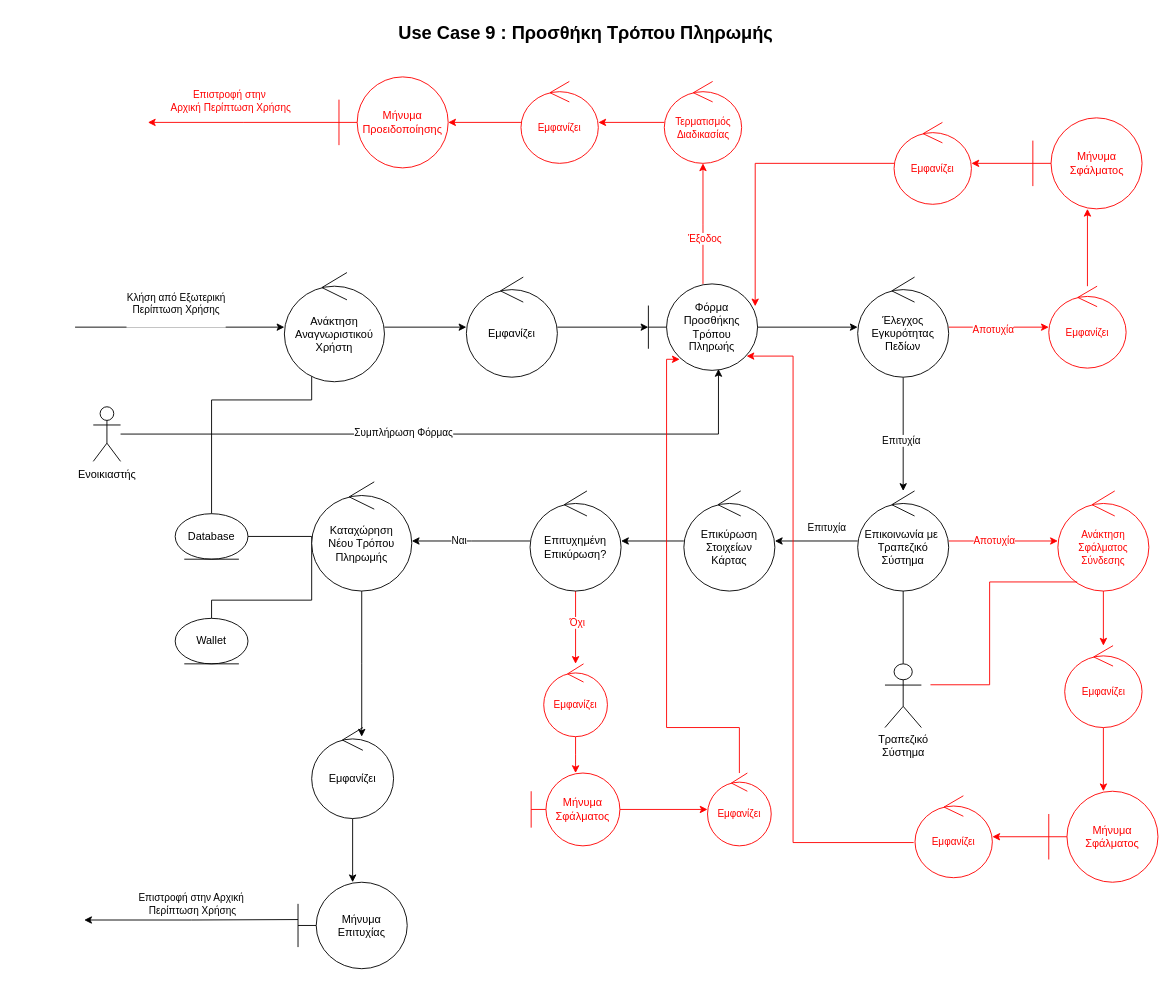
evelinastavropoulou/HomeLink keeps this draw.io diagram as page "9-Προσθήκη-Τόπου-Πληρωμής" (11 of 17) of FINAL DIAGRAMS/final_diagrams.drawio. Above is the earlier version. Source tidied: cells renumbered, new cells numbered last; positions are measured from the earlier drawing's top-left corner, leaving out a move shared by most shapes. Both pictures are drawn from the tidied source at 91%, with x=0, y=0 at pixel (75, 15).
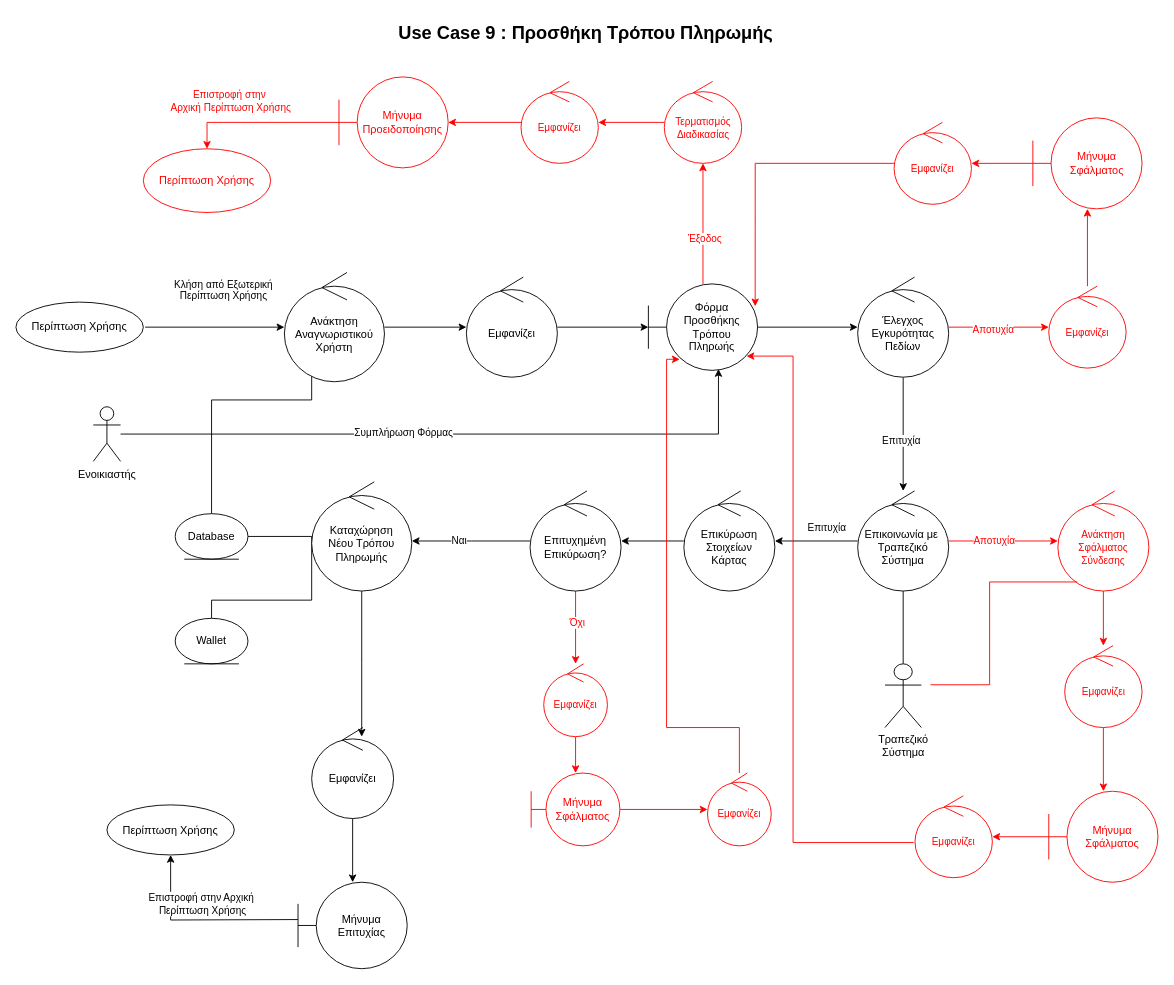
The same diagram, later.

Unchanged cells that the change refers to:
```xml
<mxCell id="51" value="Μήνυμα Προειδοποίησης" style="shape=umlBoundary;whiteSpace=wrap;html=1;fontColor=#FF0000;strokeColor=#FF0000;" parent="1" vertex="1">
  <mxGeometry x="290" y="67" width="120" height="100" as="geometry" />
</mxCell>
```

Diff of the diagram source:
```diff
@@
     <mxCell id="2" style="endArrow=classic;html=1;rounded=0;" parent="1" edge="1">
       <mxGeometry relative="1" as="geometry">
-        <mxPoint y="342" as="sourcePoint" />
+        <mxPoint x="77" y="342" as="sourcePoint" />
         <mxPoint x="230" y="342" as="targetPoint" />
       </mxGeometry>
     </mxCell>
     <mxCell id="3" value="Κλήση από Εξωτερική&lt;div&gt;Περίπτωση Χρήσης&lt;div&gt;&lt;br&gt;&lt;/div&gt;&lt;/div&gt;" style="edgeLabel;html=1;align=center;verticalAlign=middle;" parent="2" vertex="1">
       <mxGeometry x="-0.27" y="-3" relative="1" as="geometry">
-        <mxPoint x="26" y="-23" as="offset" />
+        <mxPoint x="29" y="-38" as="offset" />
       </mxGeometry>
     </mxCell>
@@
-    <mxCell id="43" style="edgeStyle=orthogonalEdgeStyle;rounded=0;orthogonalLoop=1;jettySize=auto;html=1;" parent="1" edge="1">
+    <mxCell id="43" style="edgeStyle=orthogonalEdgeStyle;rounded=0;jettySize=auto;html=1;entryX=0.5;entryY=1;entryDx=0;entryDy=0;" parent="1" edge="1" target="75">
       <mxGeometry relative="1" as="geometry">
         <mxPoint x="245" y="993" as="sourcePoint" />
-        <mxPoint x="10" y="993.5" as="targetPoint" />
       </mxGeometry>
     </mxCell>
@@
-    <mxCell id="50" style="edgeStyle=orthogonalEdgeStyle;rounded=0;jettySize=auto;html=1;strokeColor=#FF0000;" parent="1" edge="1" source="51">
+    <mxCell id="50" style="edgeStyle=orthogonalEdgeStyle;rounded=0;jettySize=auto;html=1;strokeColor=#FF0000;entryX=0.5;entryY=0;entryDx=0;entryDy=0;" parent="1" edge="1" source="51" target="76">
       <mxGeometry relative="1" as="geometry">
-        <mxPoint x="80" y="117" as="targetPoint" />
+        <Array as="points">
+          <mxPoint x="145" y="117" />
+        </Array>
       </mxGeometry>
     </mxCell>
@@
+    <mxCell id="75" value="Περίπτωση Χρήσης" style="ellipse;whiteSpace=wrap;html=1;strokeColor=#000000;fontColor=#000000;" parent="1" vertex="1">
+      <mxGeometry x="35" y="867" width="140" height="55" as="geometry" />
+    </mxCell>
+    <mxCell id="76" value="&lt;span&gt;&lt;font style=&quot;color: rgb(255, 0, 0);&quot;&gt;Περίπτωση Χρήσης&lt;/font&gt;&lt;/span&gt;" style="ellipse;whiteSpace=wrap;html=1;strokeColor=#FF0000;fontColor=#FF0000;" parent="1" vertex="1">
+      <mxGeometry x="75" y="146" width="140" height="70" as="geometry" />
+    </mxCell>
+    <mxCell id="77" value="Περίπτωση Χρήσης" style="ellipse;whiteSpace=wrap;html=1;strokeColor=#000000;fontColor=#000000;" parent="1" vertex="1">
+      <mxGeometry x="-65" y="314.5" width="140" height="55" as="geometry" />
+    </mxCell>
```
